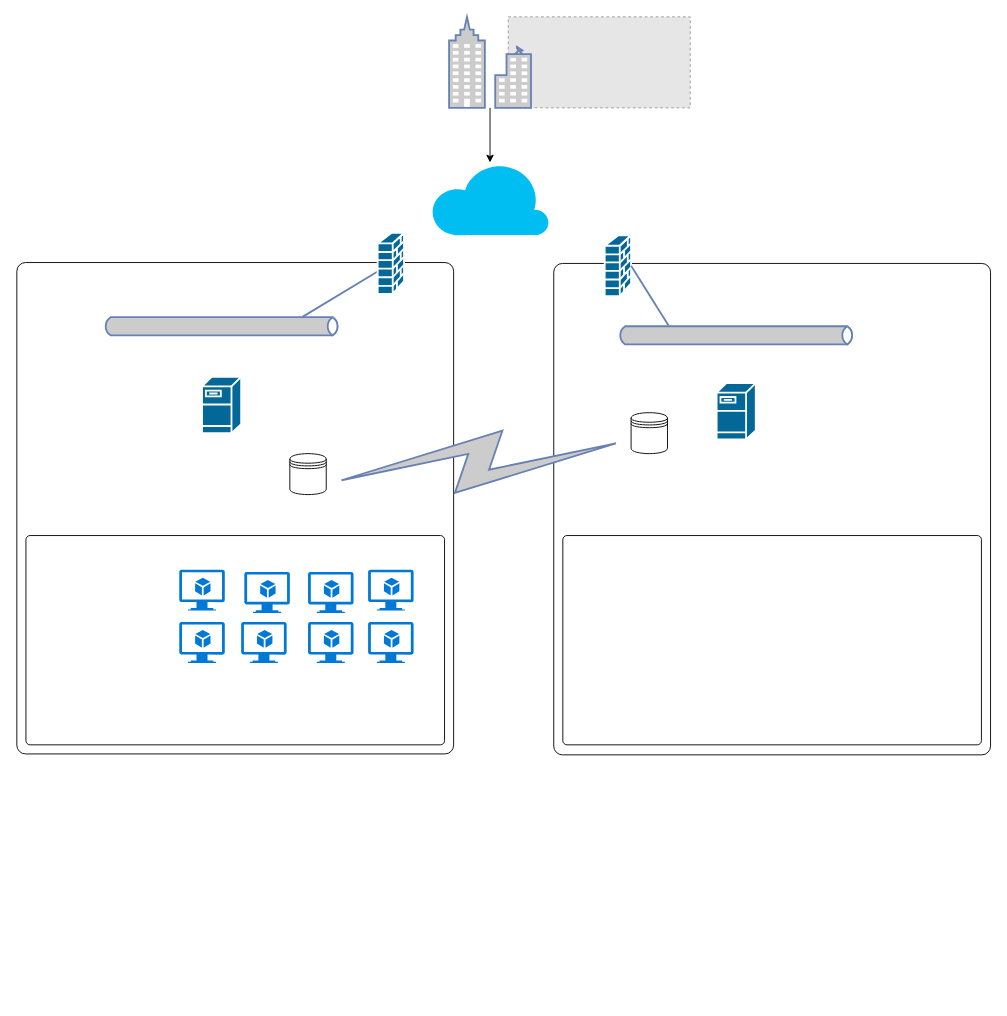
Before: Untitled Diagram.drawio in EnioArantes/git-curso, a draw.io diagram. Source tidied: cells renumbered, new cells numbered last; positions are measured from the earlier drawing's top-left corner, leaving out a move shared by most shapes. Both pictures are drawn from the tidied source at 91%, with x=0, y=0 at pixel (16, 16). Pictures stored in the file or linked from it are replaced by grey dashed boxes.
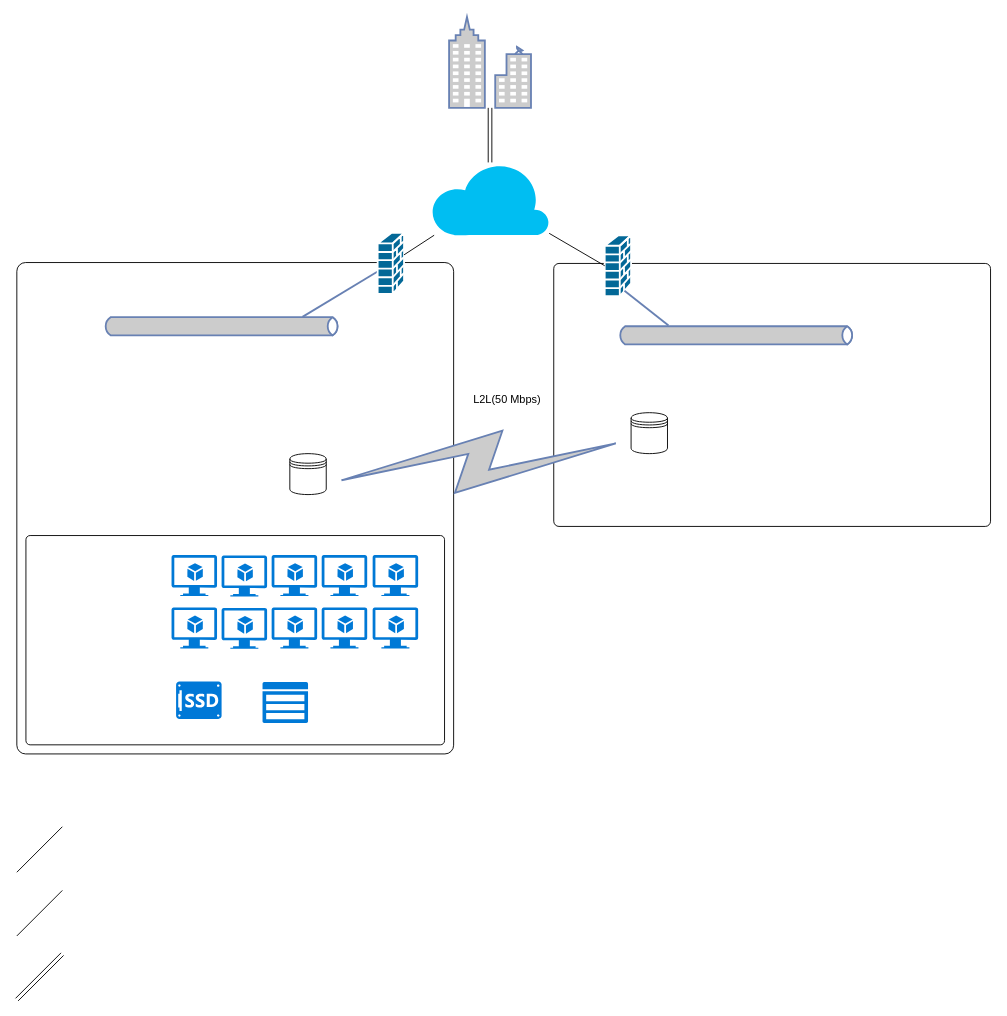
The same page after the edit.

Unchanged cells that the change refers to:
```xml
<mxCell id="2" style="verticalLabelPosition=bottom;html=1;verticalAlign=top;align=center;strokeColor=none;fillColor=#00BEF2;shape=mxgraph.azure.cloud;" parent="1" vertex="1">
  <mxGeometry x="455" y="160" width="130" height="80" as="geometry" />
</mxCell>
<mxCell id="11" style="fontColor=#0066CC;verticalAlign=top;verticalLabelPosition=bottom;labelPosition=center;align=center;html=1;outlineConnect=0;fillColor=#CCCCCC;strokeColor=#6881B3;gradientColor=none;gradientDirection=north;strokeWidth=2;shape=mxgraph.networks.business_center;" parent="1" vertex="1">
  <mxGeometry x="475" width="90" height="100" as="geometry" />
</mxCell>
<mxCell id="15" style="shape=mxgraph.cisco.security.firewall;html=1;dashed=0;fillColor=#036897;strokeColor=#ffffff;strokeWidth=2;verticalLabelPosition=bottom;verticalAlign=top;align=center;outlineConnect=0;" parent="1" vertex="1">
  <mxGeometry x="396.5" y="237.5" width="29" height="67" as="geometry" />
</mxCell>
<mxCell id="16" style="shape=mxgraph.cisco.security.firewall;html=1;dashed=0;fillColor=#036897;strokeColor=#ffffff;strokeWidth=2;verticalLabelPosition=bottom;verticalAlign=top;align=center;outlineConnect=0;" parent="1" vertex="1">
  <mxGeometry x="646" y="240" width="29" height="67" as="geometry" />
</mxCell>
<mxCell id="17" style="html=1;fillColor=#CCCCCC;strokeColor=#6881B3;gradientColor=none;gradientDirection=north;strokeWidth=2;shape=mxgraph.networks.bus;gradientColor=none;gradientDirection=north;fontColor=#ffffff;perimeter=backbonePerimeter;backboneSize=20;" parent="1" vertex="1">
  <mxGeometry x="660.5" y="340" width="260" height="20" as="geometry" />
</mxCell>
```

Diff of the diagram source:
```diff
@@
-    <mxCell id="3" style="fillColor=#E6E6E6;strokeColor=#999999;dashed=1;verticalLabelPosition=bottom;labelBackgroundColor=#ffffff;verticalAlign=top;" parent="1" vertex="1">
-      <mxGeometry x="540" width="200" height="100" as="geometry" />
-    </mxCell>
     <mxCell id="4" style="rounded=1;whiteSpace=wrap;html=1;arcSize=2;" parent="1" vertex="1">
-      <mxGeometry x="590" y="271" width="480" height="540" as="geometry" />
+      <mxGeometry x="590" y="271" width="480" height="289" as="geometry" />
     </mxCell>
@@
-    <mxCell id="7" style="rounded=1;whiteSpace=wrap;html=1;arcSize=2;" parent="1" vertex="1">
-      <mxGeometry x="600" y="570" width="460" height="230" as="geometry" />
-    </mxCell>
@@
-    <mxCell id="10" style="edgeStyle=orthogonalEdgeStyle;rounded=0;jettySize=auto;html=1;" parent="1" edge="1" source="11" target="2">
-      <mxGeometry relative="1" as="geometry" />
-    </mxCell>
@@
-    <mxCell id="18" style="strokeColor=#6881B3;edgeStyle=none;rounded=0;endArrow=none;html=1;strokeWidth=2;exitX=0.214;exitY=-0.044;exitDx=0;exitDy=0;exitPerimeter=0;entryX=1;entryY=0.5;entryDx=0;entryDy=0;entryPerimeter=0;" parent="1" edge="1" source="17" target="16">
+    <mxCell id="18" style="strokeColor=#6881B3;edgeStyle=none;rounded=0;endArrow=none;html=1;strokeWidth=2;exitX=0.214;exitY=-0.044;exitDx=0;exitDy=0;exitPerimeter=0;entryX=0.75;entryY=0.91;entryDx=0;entryDy=0;entryPerimeter=0;" parent="1" edge="1" source="17" target="16">
       <mxGeometry relative="1" as="geometry" />
     </mxCell>
-    <mxCell id="19" style="shape=mxgraph.cisco.servers.fileserver;html=1;dashed=0;fillColor=#036897;strokeColor=#ffffff;strokeWidth=2;verticalLabelPosition=bottom;verticalAlign=top;align=center;" parent="1" vertex="1">
-      <mxGeometry x="203.5" y="395.5" width="43" height="62" as="geometry" />
-    </mxCell>
-    <mxCell id="20" style="shape=mxgraph.cisco.servers.fileserver;html=1;dashed=0;fillColor=#036897;strokeColor=#ffffff;strokeWidth=2;verticalLabelPosition=bottom;verticalAlign=top;align=center;" parent="1" vertex="1">
-      <mxGeometry x="769" y="402.5" width="43" height="62" as="geometry" />
-    </mxCell>
-    <mxCell id="21" style="shadow=0;dashed=0;html=1;strokeColor=none;fillColor=#0079D6;labelPosition=center;verticalLabelPosition=bottom;verticalAlign=top;align=center;shape=mxgraph.azure.virtual_machine_feature;" parent="1" vertex="1">
-      <mxGeometry x="386" y="665" width="50" height="45" as="geometry" />
-    </mxCell>
-    <mxCell id="22" style="shadow=0;dashed=0;html=1;strokeColor=none;fillColor=#0079D6;labelPosition=center;verticalLabelPosition=bottom;verticalAlign=top;align=center;shape=mxgraph.azure.virtual_machine_feature;" parent="1" vertex="1">
-      <mxGeometry x="178.5" y="665" width="50" height="45" as="geometry" />
-    </mxCell>
-    <mxCell id="23" style="shadow=0;dashed=0;html=1;strokeColor=none;fillColor=#0079D6;labelPosition=center;verticalLabelPosition=bottom;verticalAlign=top;align=center;shape=mxgraph.azure.virtual_machine_feature;" parent="1" vertex="1">
-      <mxGeometry x="320" y="665" width="50" height="45" as="geometry" />
-    </mxCell>
-    <mxCell id="24" style="shadow=0;dashed=0;html=1;strokeColor=none;fillColor=#0079D6;labelPosition=center;verticalLabelPosition=bottom;verticalAlign=top;align=center;shape=mxgraph.azure.virtual_machine_feature;" parent="1" vertex="1">
-      <mxGeometry x="246.5" y="665" width="50" height="45" as="geometry" />
-    </mxCell>
-    <mxCell id="25" style="shadow=0;dashed=0;html=1;strokeColor=none;fillColor=#0079D6;labelPosition=center;verticalLabelPosition=bottom;verticalAlign=top;align=center;shape=mxgraph.azure.virtual_machine_feature;" parent="1" vertex="1">
-      <mxGeometry x="178.5" y="607.5" width="50" height="45" as="geometry" />
-    </mxCell>
-    <mxCell id="26" style="shadow=0;dashed=0;html=1;strokeColor=none;fillColor=#0079D6;labelPosition=center;verticalLabelPosition=bottom;verticalAlign=top;align=center;shape=mxgraph.azure.virtual_machine_feature;" parent="1" vertex="1">
-      <mxGeometry x="250" y="610" width="50" height="45" as="geometry" />
-    </mxCell>
-    <mxCell id="27" style="shadow=0;dashed=0;html=1;strokeColor=none;fillColor=#0079D6;labelPosition=center;verticalLabelPosition=bottom;verticalAlign=top;align=center;shape=mxgraph.azure.virtual_machine_feature;" parent="1" vertex="1">
-      <mxGeometry x="320" y="610" width="50" height="45" as="geometry" />
-    </mxCell>
-    <mxCell id="28" style="shadow=0;dashed=0;html=1;strokeColor=none;fillColor=#0079D6;labelPosition=center;verticalLabelPosition=bottom;verticalAlign=top;align=center;shape=mxgraph.azure.virtual_machine_feature;" parent="1" vertex="1">
-      <mxGeometry x="386" y="607.5" width="50" height="45" as="geometry" />
-    </mxCell>
+    <mxCell id="29" value="L2L(50 Mbps)" style="text;html=1;" parent="1" vertex="1">
+      <mxGeometry x="500" y="406.5" width="90" height="40" as="geometry" />
+    </mxCell>
+    <mxCell id="30" style="shadow=0;dashed=0;html=1;strokeColor=none;fillColor=#0079D6;labelPosition=center;verticalLabelPosition=bottom;verticalAlign=top;align=center;shape=mxgraph.azure.virtual_machine_feature;" parent="1" vertex="1">
+      <mxGeometry x="225" y="649.5" width="50" height="45" as="geometry" />
+    </mxCell>
+    <mxCell id="31" style="shadow=0;dashed=0;html=1;strokeColor=none;fillColor=#0079D6;labelPosition=center;verticalLabelPosition=bottom;verticalAlign=top;align=center;shape=mxgraph.azure.virtual_machine_feature;" parent="1" vertex="1">
+      <mxGeometry x="225" y="592" width="50" height="45" as="geometry" />
+    </mxCell>
+    <mxCell id="32" style="shadow=0;dashed=0;html=1;strokeColor=none;fillColor=#0079D6;labelPosition=center;verticalLabelPosition=bottom;verticalAlign=top;align=center;shape=mxgraph.azure.virtual_machine_feature;" parent="1" vertex="1">
+      <mxGeometry x="280" y="649" width="50" height="45" as="geometry" />
+    </mxCell>
+    <mxCell id="33" style="shadow=0;dashed=0;html=1;strokeColor=none;fillColor=#0079D6;labelPosition=center;verticalLabelPosition=bottom;verticalAlign=top;align=center;shape=mxgraph.azure.virtual_machine_feature;" parent="1" vertex="1">
+      <mxGeometry x="280" y="591.5" width="50" height="45" as="geometry" />
+    </mxCell>
+    <mxCell id="34" style="shadow=0;dashed=0;html=1;strokeColor=none;fillColor=#0079D6;labelPosition=center;verticalLabelPosition=bottom;verticalAlign=top;align=center;shape=mxgraph.azure.virtual_machine_feature;" parent="1" vertex="1">
+      <mxGeometry x="335" y="649" width="50" height="45" as="geometry" />
+    </mxCell>
+    <mxCell id="35" style="shadow=0;dashed=0;html=1;strokeColor=none;fillColor=#0079D6;labelPosition=center;verticalLabelPosition=bottom;verticalAlign=top;align=center;shape=mxgraph.azure.virtual_machine_feature;" parent="1" vertex="1">
+      <mxGeometry x="335" y="591.5" width="50" height="45" as="geometry" />
+    </mxCell>
+    <mxCell id="36" style="shadow=0;dashed=0;html=1;strokeColor=none;fillColor=#0079D6;labelPosition=center;verticalLabelPosition=bottom;verticalAlign=top;align=center;shape=mxgraph.azure.virtual_machine_feature;" parent="1" vertex="1">
+      <mxGeometry x="391" y="649" width="50" height="45" as="geometry" />
+    </mxCell>
+    <mxCell id="37" style="shadow=0;dashed=0;html=1;strokeColor=none;fillColor=#0079D6;labelPosition=center;verticalLabelPosition=bottom;verticalAlign=top;align=center;shape=mxgraph.azure.virtual_machine_feature;" parent="1" vertex="1">
+      <mxGeometry x="391" y="591.5" width="50" height="45" as="geometry" />
+    </mxCell>
+    <mxCell id="38" style="shadow=0;dashed=0;html=1;strokeColor=none;fillColor=#0079D6;labelPosition=center;verticalLabelPosition=bottom;verticalAlign=top;align=center;shape=mxgraph.azure.virtual_machine_feature;" parent="1" vertex="1">
+      <mxGeometry x="170" y="649" width="50" height="45" as="geometry" />
+    </mxCell>
+    <mxCell id="39" style="shadow=0;dashed=0;html=1;strokeColor=none;fillColor=#0079D6;labelPosition=center;verticalLabelPosition=bottom;verticalAlign=top;align=center;shape=mxgraph.azure.virtual_machine_feature;" parent="1" vertex="1">
+      <mxGeometry x="170" y="591.5" width="50" height="45" as="geometry" />
+    </mxCell>
+    <mxCell id="40" style="shadow=0;dashed=0;html=1;strokeColor=none;labelPosition=center;verticalLabelPosition=bottom;verticalAlign=top;align=center;shape=mxgraph.mscae.opsmanager.ssd;fillColor=#0078D7;" parent="1" vertex="1">
+      <mxGeometry x="175" y="730.5" width="50" height="41" as="geometry" />
+    </mxCell>
+    <mxCell id="41" style="shadow=0;dashed=0;html=1;strokeColor=none;labelPosition=center;verticalLabelPosition=bottom;verticalAlign=top;align=center;shape=mxgraph.mscae.cloud.storage_cs;fillColor=#0079D6;" parent="1" vertex="1">
+      <mxGeometry x="270" y="731" width="50" height="45" as="geometry" />
+    </mxCell>
+    <mxCell id="42" style="endArrow=none;html=1;" parent="1" edge="1">
+      <mxGeometry relative="1" as="geometry">
+        <mxPoint y="940" as="sourcePoint" />
+        <mxPoint x="50" y="890" as="targetPoint" />
+      </mxGeometry>
+    </mxCell>
+    <mxCell id="43" style="endArrow=none;html=1;" parent="1" edge="1" source="15" target="2">
+      <mxGeometry relative="1" as="geometry" />
+    </mxCell>
+    <mxCell id="44" style="endArrow=none;html=1;entryX=0;entryY=0.5;entryDx=0;entryDy=0;entryPerimeter=0;" parent="1" edge="1" source="2" target="16">
+      <mxGeometry relative="1" as="geometry" />
+    </mxCell>
+    <mxCell id="45" style="endArrow=none;html=1;" parent="1" edge="1">
+      <mxGeometry relative="1" as="geometry">
+        <mxPoint y="1010" as="sourcePoint" />
+        <mxPoint x="50" y="960" as="targetPoint" />
+      </mxGeometry>
+    </mxCell>
+    <mxCell id="46" style="shape=link;html=1;" parent="1" edge="1">
+      <mxGeometry relative="1" as="geometry">
+        <mxPoint y="1080" as="sourcePoint" />
+        <mxPoint x="50" y="1030" as="targetPoint" />
+      </mxGeometry>
+    </mxCell>
+    <mxCell id="47" style="shape=link;html=1;" parent="1" edge="1" source="2" target="11">
+      <mxGeometry relative="1" as="geometry" />
+    </mxCell>
```
